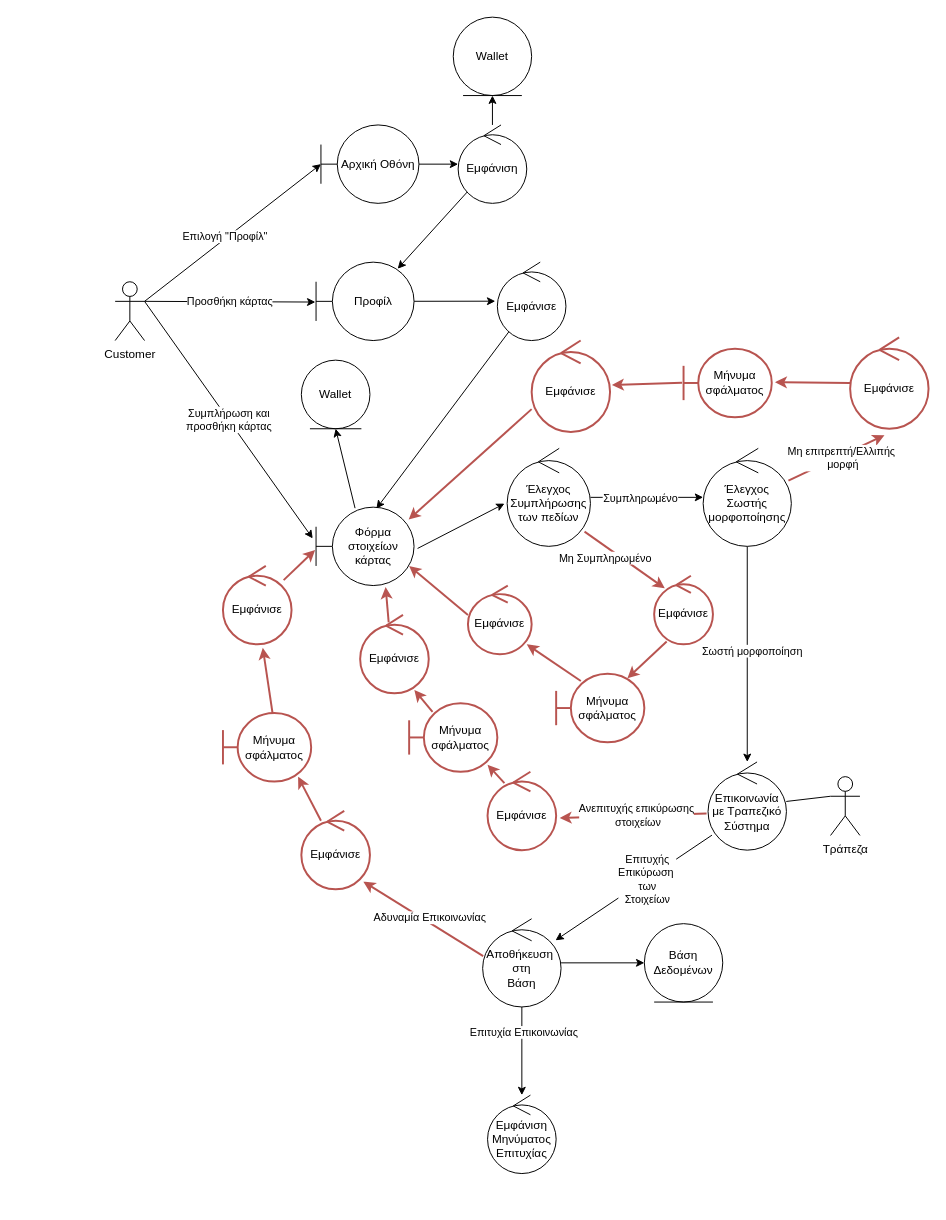
Above: Part_2/Robustness/diagrams/05_Προσθήκη_Τρόπου_Πληρωμής.drawio in Nikolis2002/texnoligia_logismikou (draw.io), before the change. Source tidied: cells renumbered, new cells numbered last; positions are measured from the earlier drawing's top-left corner, leaving out a move shared by most shapes. Both pictures are drawn from the tidied source at 98%, with x=0, y=0 at pixel (115, 17).
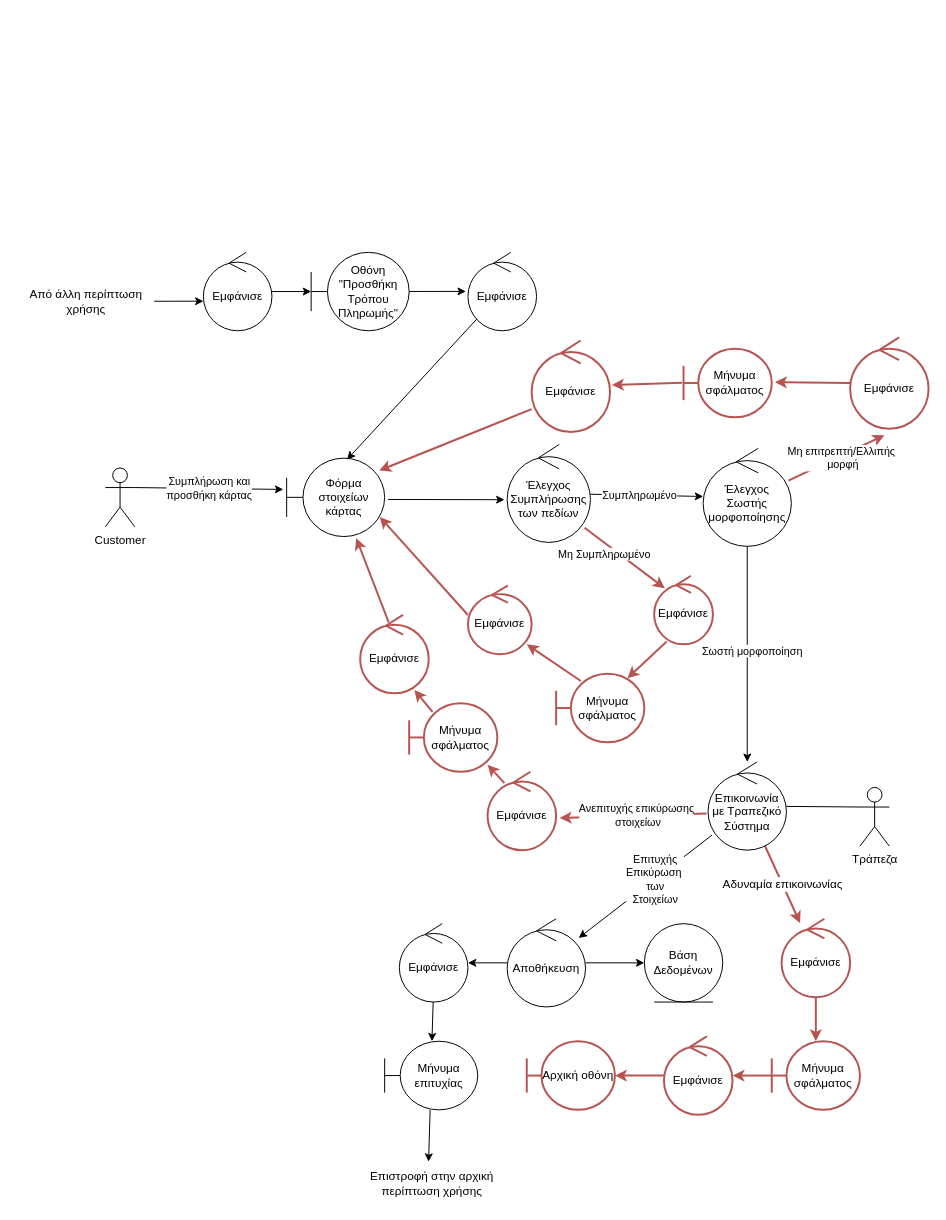
After the change.

Unchanged cells that the change refers to:
```xml
<mxCell id="22" value="Επικοινωνία με Τραπεζικό Σύστημα" style="ellipse;shape=umlControl;whiteSpace=wrap;html=1;" parent="1" vertex="1">
  <mxGeometry x="605" y="760" width="80" height="90" as="geometry" />
</mxCell>
<mxCell id="25" style="edgeStyle=none;html=1;" parent="1" edge="1" source="29" target="31">
  <mxGeometry relative="1" as="geometry" />
</mxCell>
```

What changed in the source:
```diff
@@
-    <mxCell id="2" style="edgeStyle=none;html=1;exitX=1;exitY=0.3333333333333333;exitDx=0;exitDy=0;exitPerimeter=0;entryX=0;entryY=0.5;entryDx=0;entryDy=0;entryPerimeter=0;" parent="1" edge="1" source="6" target="8">
-      <mxGeometry relative="1" as="geometry" />
-    </mxCell>
-    <mxCell id="3" value="Επιλογή &quot;Προφίλ&quot;" style="edgeLabel;html=1;align=center;verticalAlign=middle;" parent="2" vertex="1">
-      <mxGeometry x="-0.6" y="1" relative="1" as="geometry">
-        <mxPoint x="46" y="-37" as="offset" />
-      </mxGeometry>
-    </mxCell>
-    <mxCell id="4" value="Προσθήκη κάρτας" style="edgeStyle=none;html=1;exitX=1;exitY=0.3333333333333333;exitDx=0;exitDy=0;exitPerimeter=0;entryX=-0.007;entryY=0.509;entryDx=0;entryDy=0;entryPerimeter=0;" parent="1" edge="1" source="6" target="10">
-      <mxGeometry relative="1" as="geometry" />
+    <mxCell id="4" style="edgeStyle=none;html=1;entryX=0.002;entryY=0.623;entryDx=0;entryDy=0;entryPerimeter=0;" parent="1" edge="1" source="74" target="76">
+      <mxGeometry x="0.3" y="1" relative="1" as="geometry" />
     </mxCell>
@@
     <mxCell id="6" value="Customer" style="shape=umlActor;verticalLabelPosition=bottom;verticalAlign=top;html=1;" parent="1" vertex="1">
-      <mxGeometry y="270" width="30" height="60" as="geometry" />
+      <mxGeometry x="-10" y="460" width="30" height="60" as="geometry" />
     </mxCell>
-    <mxCell id="7" style="edgeStyle=none;html=1;" parent="1" edge="1" source="8" target="13">
-      <mxGeometry relative="1" as="geometry" />
-    </mxCell>
-    <mxCell id="8" value="Αρχική Οθόνη" style="shape=umlBoundary;whiteSpace=wrap;html=1;" parent="1" vertex="1">
-      <mxGeometry x="210" y="110" width="100" height="80" as="geometry" />
-    </mxCell>
@@
-    <mxCell id="10" value="Προφίλ" style="shape=umlBoundary;whiteSpace=wrap;html=1;" parent="1" vertex="1">
-      <mxGeometry x="205" y="250" width="100" height="80" as="geometry" />
+    <mxCell id="10" value="Οθόνη &quot;Προσθήκη Τρόπου Πληρωμής&quot;" style="shape=umlBoundary;whiteSpace=wrap;html=1;" parent="1" vertex="1">
+      <mxGeometry x="200" y="240" width="100" height="80" as="geometry" />
     </mxCell>
-    <mxCell id="11" style="edgeStyle=none;html=1;entryX=0.833;entryY=0.084;entryDx=0;entryDy=0;entryPerimeter=0;" parent="1" edge="1" source="13" target="10">
-      <mxGeometry relative="1" as="geometry" />
-    </mxCell>
-    <mxCell id="12" style="edgeStyle=none;html=1;" parent="1" edge="1" source="13" target="33">
-      <mxGeometry relative="1" as="geometry" />
-    </mxCell>
-    <mxCell id="13" value="Εμφάνιση" style="ellipse;shape=umlControl;whiteSpace=wrap;html=1;" parent="1" vertex="1">
-      <mxGeometry x="350" y="110" width="70" height="80" as="geometry" />
-    </mxCell>
-    <mxCell id="14" style="edgeStyle=none;html=1;entryX=0.5;entryY=1;entryDx=0;entryDy=0;exitX=0.398;exitY=0.013;exitDx=0;exitDy=0;exitPerimeter=0;" parent="1" edge="1" source="35" target="15">
-      <mxGeometry relative="1" as="geometry" />
-    </mxCell>
-    <mxCell id="15" value="Wallet" style="ellipse;shape=umlEntity;whiteSpace=wrap;html=1;" parent="1" vertex="1">
-      <mxGeometry x="190" y="350" width="70" height="70" as="geometry" />
-    </mxCell>
@@
+    <mxCell id="70" value="Αδυναμία επικοινωνίας" style="edgeStyle=none;html=1;fontSize=12;strokeColor=#b85450;strokeWidth=2;fillColor=none;" parent="1" edge="1" source="22" target="78">
+      <mxGeometry relative="1" as="geometry" />
+    </mxCell>
@@
     <mxCell id="23" value="Τράπεζα" style="shape=umlActor;verticalLabelPosition=bottom;verticalAlign=top;html=1;" parent="1" vertex="1">
-      <mxGeometry x="730" y="775" width="30" height="60" as="geometry" />
+      <mxGeometry x="760" y="786" width="30" height="60" as="geometry" />
     </mxCell>
@@
-    <mxCell id="26" value="Επιτυχία Επικοινωνίας" style="edgeLabel;html=1;align=center;verticalAlign=middle;" parent="25" vertex="1">
-      <mxGeometry x="-0.44" y="1" relative="1" as="geometry" />
-    </mxCell>
-    <mxCell id="27" style="edgeStyle=none;html=1;entryX=0.904;entryY=0.902;entryDx=0;entryDy=0;entryPerimeter=0;strokeColor=#B85450;strokeWidth=2;exitX=0.007;exitY=0.424;exitDx=0;exitDy=0;exitPerimeter=0;" parent="1" edge="1" source="29" target="49">
-      <mxGeometry relative="1" as="geometry" />
-    </mxCell>
-    <mxCell id="28" value="Αδυναμία Επικοινωνίας" style="edgeLabel;html=1;align=center;verticalAlign=middle;" parent="27" vertex="1">
-      <mxGeometry x="-0.46" y="1" relative="1" as="geometry">
-        <mxPoint x="-21" y="-20" as="offset" />
-      </mxGeometry>
-    </mxCell>
-    <mxCell id="29" value="Αποθήκευση&amp;nbsp;&lt;br&gt;στη&lt;br&gt;Βάση" style="ellipse;shape=umlControl;whiteSpace=wrap;html=1;" parent="1" vertex="1">
-      <mxGeometry x="375" y="920" width="80" height="90" as="geometry" />
+    <mxCell id="29" value="Αποθήκευση" style="ellipse;shape=umlControl;whiteSpace=wrap;html=1;" parent="1" vertex="1">
+      <mxGeometry x="400" y="920" width="80" height="90" as="geometry" />
     </mxCell>
@@
+    <mxCell id="71" style="edgeStyle=none;html=1;" parent="1" edge="1" source="31" target="73">
+      <mxGeometry relative="1" as="geometry" />
+    </mxCell>
-    <mxCell id="31" value="Εμφάνιση Μηνύματος Επιτυχίας" style="ellipse;shape=umlControl;whiteSpace=wrap;html=1;" parent="1" vertex="1">
-      <mxGeometry x="380" y="1100" width="70" height="80" as="geometry" />
+    <mxCell id="31" value="Εμφάνισε" style="ellipse;shape=umlControl;whiteSpace=wrap;html=1;" parent="1" vertex="1">
+      <mxGeometry x="290" y="925" width="70" height="80" as="geometry" />
     </mxCell>
-    <mxCell id="32" style="edgeStyle=none;html=1;exitX=0.563;exitY=0.008;exitDx=0;exitDy=0;exitPerimeter=0;strokeColor=#B85450;entryX=0.581;entryY=1.044;entryDx=0;entryDy=0;entryPerimeter=0;strokeWidth=2;" parent="1" edge="1" source="54" target="57">
-      <mxGeometry relative="1" as="geometry" />
-    </mxCell>
-    <mxCell id="33" value="Wallet" style="ellipse;shape=umlEntity;whiteSpace=wrap;html=1;" parent="1" vertex="1">
-      <mxGeometry x="345" width="80" height="80" as="geometry" />
-    </mxCell>
@@
     <mxCell id="35" value="Φόρμα&lt;br&gt;στοιχείων κάρτας" style="shape=umlBoundary;whiteSpace=wrap;html=1;" parent="1" vertex="1">
-      <mxGeometry x="205" y="500" width="100" height="80" as="geometry" />
+      <mxGeometry x="175" y="450" width="100" height="80" as="geometry" />
     </mxCell>
@@
     <mxCell id="37" value="Εμφάνισε" style="ellipse;shape=umlControl;whiteSpace=wrap;html=1;" parent="1" vertex="1">
-      <mxGeometry x="390" y="250" width="70" height="80" as="geometry" />
+      <mxGeometry x="360" y="240" width="70" height="80" as="geometry" />
     </mxCell>
@@
     <mxCell id="41" value="Έλεγχος Συμπλήρωσης των πεδίων" style="ellipse;shape=umlControl;whiteSpace=wrap;html=1;" parent="1" vertex="1">
-      <mxGeometry x="400" y="440" width="85" height="100" as="geometry" />
+      <mxGeometry x="400" y="436" width="85" height="100" as="geometry" />
     </mxCell>
@@
-    <mxCell id="48" style="edgeStyle=none;html=1;entryX=0.852;entryY=0.929;entryDx=0;entryDy=0;entryPerimeter=0;strokeColor=#B85450;exitX=0.286;exitY=0.125;exitDx=0;exitDy=0;exitPerimeter=0;strokeWidth=2;" parent="1" edge="1" source="49" target="54">
-      <mxGeometry relative="1" as="geometry" />
-    </mxCell>
-    <mxCell id="49" value="Εμφάνισε" style="ellipse;shape=umlControl;whiteSpace=wrap;html=1;fillColor=none;strokeColor=#b85450;strokeWidth=2;" parent="1" vertex="1">
-      <mxGeometry x="190" y="810" width="70" height="80" as="geometry" />
-    </mxCell>
@@
-    <mxCell id="54" value="Μήνυμα σφάλματος" style="shape=umlBoundary;whiteSpace=wrap;html=1;fillColor=none;strokeColor=#b85450;strokeWidth=2;" parent="1" vertex="1">
-      <mxGeometry x="110" y="710" width="90" height="70" as="geometry" />
-    </mxCell>
@@
-    <mxCell id="56" style="edgeStyle=none;html=1;entryX=-0.009;entryY=0.546;entryDx=0;entryDy=0;entryPerimeter=0;strokeColor=#B85450;strokeWidth=2;" parent="1" edge="1" source="57" target="35">
-      <mxGeometry relative="1" as="geometry" />
-    </mxCell>
-    <mxCell id="57" value="Εμφάνισε" style="ellipse;shape=umlControl;whiteSpace=wrap;html=1;fillColor=none;strokeColor=#b85450;strokeWidth=2;" parent="1" vertex="1">
-      <mxGeometry x="110" y="560" width="70" height="80" as="geometry" />
-    </mxCell>
@@
+    <mxCell id="72" style="edgeStyle=none;html=1;entryX=0.482;entryY=-0.053;entryDx=0;entryDy=0;entryPerimeter=0;" parent="1" edge="1" source="73" target="80">
+      <mxGeometry relative="1" as="geometry" />
+    </mxCell>
+    <mxCell id="73" value="Μήνυμα επιτυχίας" style="shape=umlBoundary;whiteSpace=wrap;html=1;" parent="1" vertex="1">
+      <mxGeometry x="275" y="1045" width="95" height="70" as="geometry" />
+    </mxCell>
+    <mxCell id="74" value="Από άλλη περίπτωση&lt;br&gt;χρήσης" style="text;html=1;align=center;verticalAlign=middle;points=[];strokeColor=none;fillColor=none;" parent="1" vertex="1">
+      <mxGeometry x="-100" y="270" width="140" height="40" as="geometry" />
+    </mxCell>
+    <mxCell id="75" style="edgeStyle=none;html=1;" parent="1" edge="1" source="76" target="10">
+      <mxGeometry relative="1" as="geometry" />
+    </mxCell>
+    <mxCell id="76" value="Εμφάνισε" style="ellipse;shape=umlControl;whiteSpace=wrap;html=1;" parent="1" vertex="1">
+      <mxGeometry x="90" y="240" width="70" height="80" as="geometry" />
+    </mxCell>
+    <mxCell id="77" style="edgeStyle=none;html=1;fontSize=12;strokeColor=#b85450;strokeWidth=2;fillColor=none;" parent="1" edge="1" source="78" target="54">
+      <mxGeometry relative="1" as="geometry" />
+    </mxCell>
+    <mxCell id="78" value="Εμφάνισε" style="ellipse;shape=umlControl;whiteSpace=wrap;html=1;fillColor=none;strokeColor=#b85450;strokeWidth=2;" parent="1" vertex="1">
+      <mxGeometry x="680" y="920" width="70" height="80" as="geometry" />
+    </mxCell>
+    <mxCell id="79" style="edgeStyle=none;html=1;fontSize=12;strokeColor=#b85450;strokeWidth=2;fillColor=none;" parent="1" edge="1" source="54" target="82">
+      <mxGeometry relative="1" as="geometry" />
+    </mxCell>
+    <mxCell id="54" value="Μήνυμα σφάλματος" style="shape=umlBoundary;whiteSpace=wrap;html=1;fillColor=none;strokeColor=#b85450;strokeWidth=2;" parent="1" vertex="1">
+      <mxGeometry x="670" y="1045" width="90" height="70" as="geometry" />
+    </mxCell>
+    <mxCell id="80" value="Επιστροφή στην αρχική&lt;br&gt;περίπτωση χρήσης" style="text;html=1;align=center;verticalAlign=middle;points=[];strokeColor=none;fillColor=none;" parent="1" vertex="1">
+      <mxGeometry x="247.5" y="1170" width="150" height="40" as="geometry" />
+    </mxCell>
+    <mxCell id="81" style="edgeStyle=none;html=1;fontSize=12;strokeColor=#b85450;strokeWidth=2;fillColor=none;" parent="1" edge="1" source="82" target="83">
+      <mxGeometry relative="1" as="geometry" />
+    </mxCell>
+    <mxCell id="82" value="Εμφάνισε" style="ellipse;shape=umlControl;whiteSpace=wrap;html=1;fillColor=none;strokeColor=#b85450;strokeWidth=2;" parent="1" vertex="1">
+      <mxGeometry x="560" y="1040" width="70" height="80" as="geometry" />
+    </mxCell>
+    <mxCell id="83" value="Αρχική οθόνη" style="shape=umlBoundary;whiteSpace=wrap;html=1;fillColor=none;strokeColor=#b85450;strokeWidth=2;" parent="1" vertex="1">
+      <mxGeometry x="420" y="1045" width="90" height="70" as="geometry" />
+    </mxCell>
```
